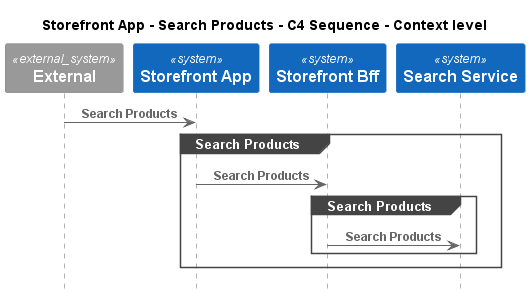
Earlier version of the PlantUML export e-commerce-platform/Software Systems/Storefront App/Interfaces/Search Products/Context - C4 Sequence.png (C4InterFlow/architecture-as-code-samples). The source it was exported from:
```plantuml
@startuml
!pragma layout smetana
!include ..\..\..\..\.c4s\C4_Sequence.puml

title Storefront App - Search Products - C4 Sequence - Context level

System_Ext(C4InterFlow.SoftwareSystems.ExternalSystem, "External", "")
System(ECommercePlatform.SoftwareSystems.StorefrontApp, "Storefront App", "")
System(ECommercePlatform.SoftwareSystems.StorefrontBff, "Storefront Bff", "")
System(ECommercePlatform.SoftwareSystems.SearchService, "Search Service", "")

Rel(C4InterFlow.SoftwareSystems.ExternalSystem, ECommercePlatform.SoftwareSystems.StorefrontApp, "Search Products")
group Search Products
Rel(ECommercePlatform.SoftwareSystems.StorefrontApp, ECommercePlatform.SoftwareSystems.StorefrontBff, "Search Products")
group Search Products
Rel(ECommercePlatform.SoftwareSystems.StorefrontBff, ECommercePlatform.SoftwareSystems.SearchService, "Search Products")
end
end


@enduml
```
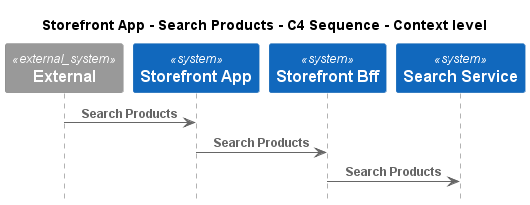
Later version of the same file.

Diff of the diagram source:
```diff
@@ -10,12 +10,8 @@
 System(ECommercePlatform.SoftwareSystems.SearchService, "Search Service", "")
 
 Rel(C4InterFlow.SoftwareSystems.ExternalSystem, ECommercePlatform.SoftwareSystems.StorefrontApp, "Search Products")
-group Search Products
 Rel(ECommercePlatform.SoftwareSystems.StorefrontApp, ECommercePlatform.SoftwareSystems.StorefrontBff, "Search Products")
-group Search Products
 Rel(ECommercePlatform.SoftwareSystems.StorefrontBff, ECommercePlatform.SoftwareSystems.SearchService, "Search Products")
-end
-end
 
 
 @enduml
```
